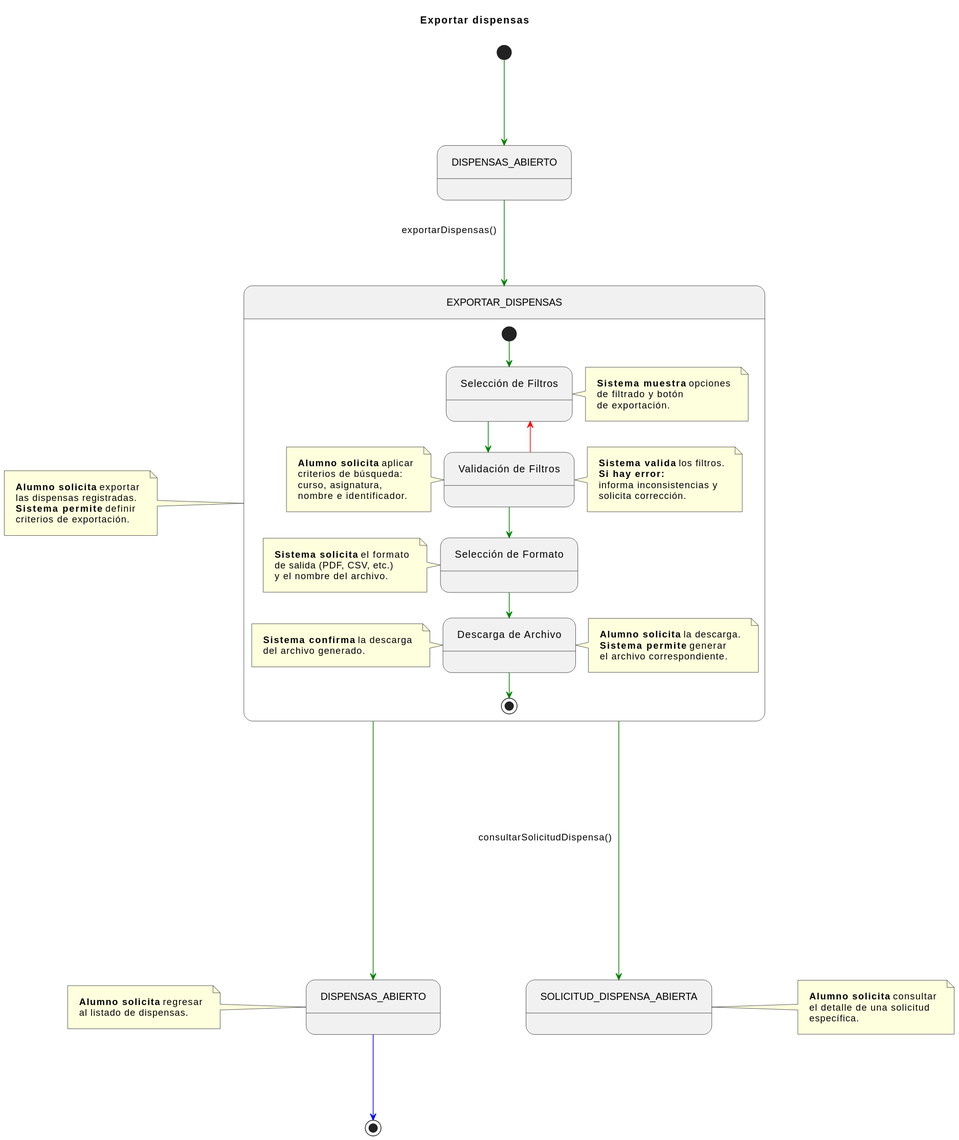
Earlier version of the PlantUML export documents/CasosDeUso/DetalladoCasosDeUso/Secretaria/exportarDispensas.svg (enmabry/25-26-IdSw1-SdR).
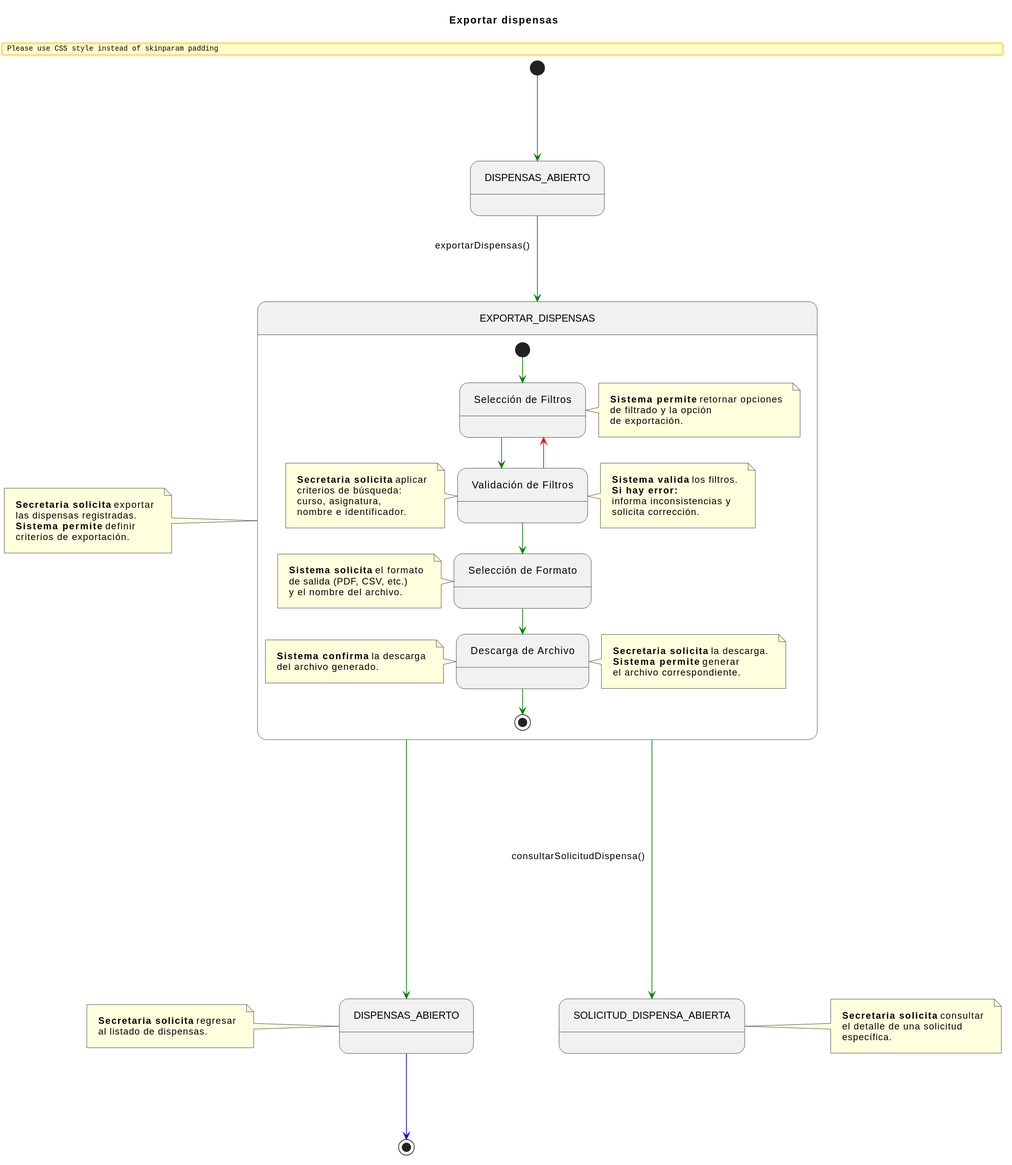
Above is the later version.

Change to the diagram source:
```diff
@@ -17,7 +17,7 @@
 DISPENSAS_ABIERTO_INICIAL -[#green]-> EXPORTAR_DISPENSAS_COMP : exportarDispensas()
 
 note left of EXPORTAR_DISPENSAS_COMP
-    <b>Alumno solicita</b> exportar
+    <b>Secretaria solicita</b> exportar
     las dispensas registradas.
     <b>Sistema permite</b> definir
     criterios de exportación.
@@ -34,15 +34,15 @@
     [*] -[#green]-> SolicitudFiltros
 
     note right of SolicitudFiltros
-        <b>Sistema muestra</b> opciones
-        de filtrado y botón
+        <b>Sistema permite</b> retornar opciones
+        de filtrado y la opción
         de exportación.
     end note
 
     SolicitudFiltros -[#green]-> ValidarFiltros
 
     note left of ValidarFiltros
-        <b>Alumno solicita</b> aplicar
+        <b>Secretaria solicita</b> aplicar
         criterios de búsqueda:
         curso, asignatura,
         nombre e identificador.
@@ -68,7 +68,7 @@
     SolicitudFormato -[#green]-> Descarga
 
     note right of Descarga
-        <b>Alumno solicita</b> la descarga.
+        <b>Secretaria solicita</b> la descarga.
         <b>Sistema permite</b> generar
         el archivo correspondiente.
     end note
@@ -85,7 +85,7 @@
 EXPORTAR_DISPENSAS_COMP -[#green]---> DISPENSAS_ABIERTO_FINAL
 
 note left of DISPENSAS_ABIERTO_FINAL
-    <b>Alumno solicita</b> regresar
+    <b>Secretaria solicita</b> regresar
     al listado de dispensas.
 end note
 
@@ -93,7 +93,7 @@
 EXPORTAR_DISPENSAS_COMP -[#green]---> SOLICITUD_DISPENSA_ABIERTA_FINAL : consultarSolicitudDispensa()
 
 note right of SOLICITUD_DISPENSA_ABIERTA_FINAL
-    <b>Alumno solicita</b> consultar
+    <b>Secretaria solicita</b> consultar
     el detalle de una solicitud
     específica.
 end note
```
